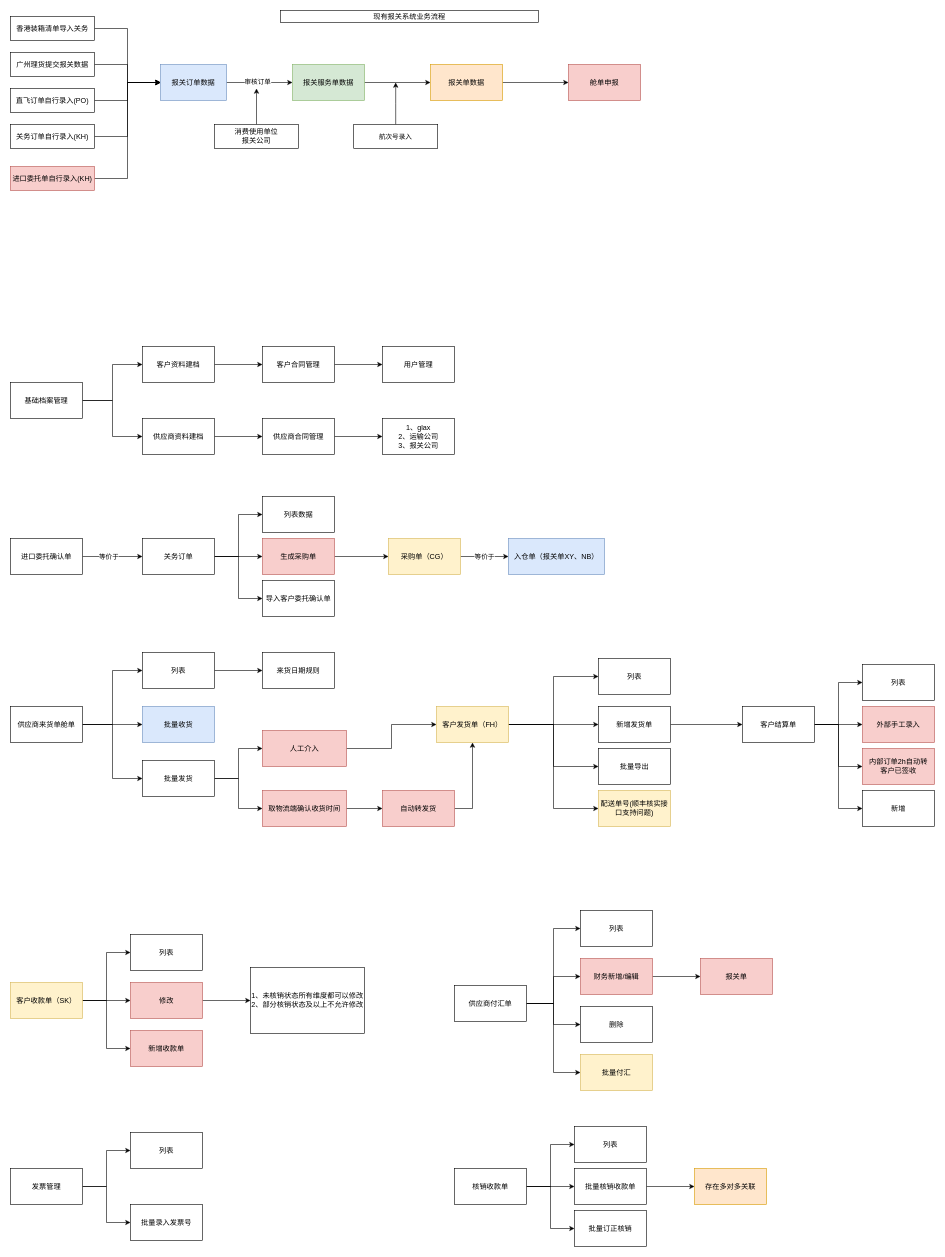
Before: AEO.drawio in HugBoomsj/draw, a draw.io diagram. Source tidied: cells renumbered, new cells numbered last; positions are measured from the earlier drawing's top-left corner, leaving out a move shared by most shapes. Both pictures are drawn from the tidied source at 60%, with x=0, y=0 at pixel (10, 10).
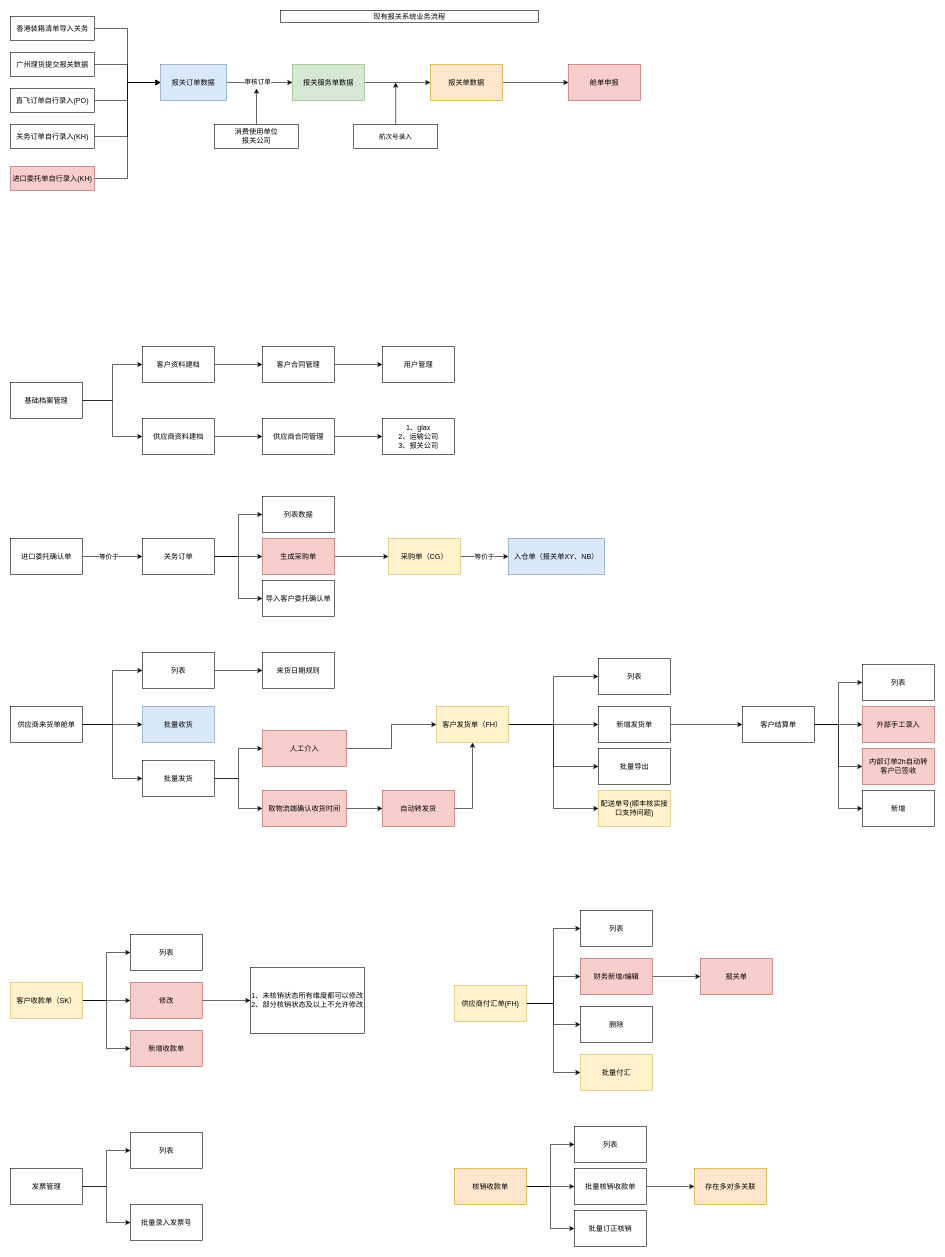
Above is the later version.

The edit, as a diff of the source:
```diff
@@
-    <mxCell id="66" value="供应商付汇单" style="rounded=0;whiteSpace=wrap;html=1;" parent="1" vertex="1">
+    <mxCell id="66" value="供应商付汇单(FH)" style="rounded=0;whiteSpace=wrap;html=1;fillColor=#fff2cc;strokeColor=#d6b656;" parent="1" vertex="1">
       <mxGeometry x="740" y="1625" width="120" height="60" as="geometry" />
     </mxCell>
@@
-    <mxCell id="73" value="核销收款单" style="rounded=0;whiteSpace=wrap;html=1;" parent="1" vertex="1">
+    <mxCell id="73" value="核销收款单" style="rounded=0;whiteSpace=wrap;html=1;fillColor=#ffe6cc;strokeColor=#d79b00;" parent="1" vertex="1">
       <mxGeometry x="740" y="1930" width="120" height="60" as="geometry" />
     </mxCell>
```
